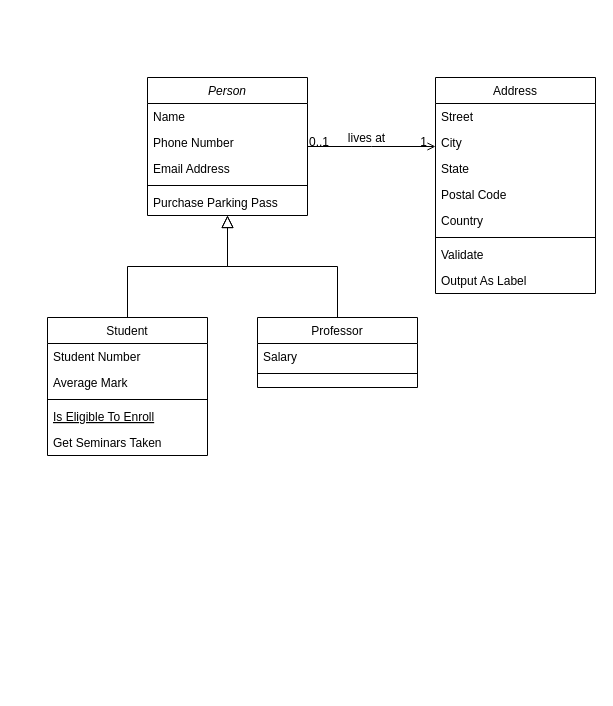
The draw.io diagram Untitled Diagram.drawio in Tran-Hugo/Exos-SQL, before the edit. Source tidied: cells renumbered, new cells numbered last; positions are measured from the earlier drawing's top-left corner, leaving out a move shared by most shapes. Both pictures are drawn from the tidied source at 100%, with x=0, y=0 at pixel (47, 77).
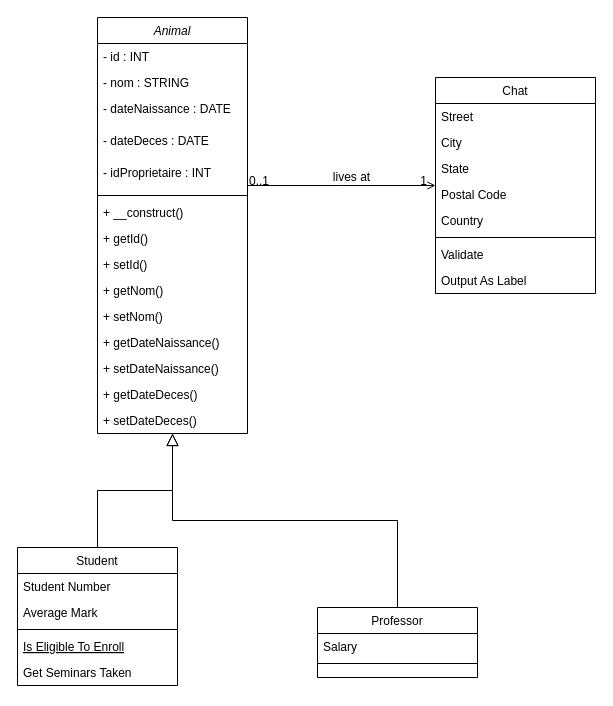
The same diagram, later.

The edit, as a diff of the source:
```diff
@@
-    <mxCell id="2" value="Person" style="swimlane;fontStyle=2;align=center;verticalAlign=top;horizontal=1;startSize=26;rounded=0;shadow=0;strokeWidth=1;" parent="1" vertex="1">
-      <mxGeometry x="100" width="160" height="138" as="geometry" />
+    <mxCell id="2" value="Animal" style="swimlane;fontStyle=2;align=center;verticalAlign=top;horizontal=1;startSize=26;rounded=0;shadow=0;strokeWidth=1;" parent="1" vertex="1">
+      <mxGeometry x="50" y="-60" width="150" height="416" as="geometry" />
     </mxCell>
-    <mxCell id="3" value="Name" style="text;align=left;verticalAlign=top;spacingLeft=4;spacingRight=4;overflow=hidden;" parent="2" vertex="1">
-      <mxGeometry y="26" width="160" height="26" as="geometry" />
+    <mxCell id="3" value="- id : INT" style="text;align=left;verticalAlign=top;spacingLeft=4;spacingRight=4;overflow=hidden;" parent="2" vertex="1">
+      <mxGeometry y="26" width="150" height="26" as="geometry" />
     </mxCell>
-    <mxCell id="4" value="Phone Number" style="text;align=left;verticalAlign=top;spacingLeft=4;spacingRight=4;overflow=hidden;rounded=0;shadow=0;html=0;" parent="2" vertex="1">
-      <mxGeometry y="52" width="160" height="26" as="geometry" />
+    <mxCell id="4" value="- nom : STRING" style="text;align=left;verticalAlign=top;spacingLeft=4;spacingRight=4;overflow=hidden;rounded=0;shadow=0;html=0;" parent="2" vertex="1">
+      <mxGeometry y="52" width="150" height="26" as="geometry" />
     </mxCell>
-    <mxCell id="5" value="Email Address" style="text;align=left;verticalAlign=top;spacingLeft=4;spacingRight=4;overflow=hidden;rounded=0;shadow=0;html=0;" parent="2" vertex="1">
-      <mxGeometry y="78" width="160" height="26" as="geometry" />
+    <mxCell id="5" value="- dateNaissance : DATE" style="text;align=left;verticalAlign=top;spacingLeft=4;spacingRight=4;overflow=hidden;rounded=0;shadow=0;html=0;" parent="2" vertex="1">
+      <mxGeometry y="78" width="150" height="32" as="geometry" />
     </mxCell>
+    <mxCell id="32" value="- dateDeces : DATE" style="text;align=left;verticalAlign=top;spacingLeft=4;spacingRight=4;overflow=hidden;rounded=0;shadow=0;html=0;" parent="2" vertex="1">
+      <mxGeometry y="110" width="150" height="32" as="geometry" />
+    </mxCell>
+    <mxCell id="33" value="- idProprietaire : INT" style="text;align=left;verticalAlign=top;spacingLeft=4;spacingRight=4;overflow=hidden;rounded=0;shadow=0;html=0;" parent="2" vertex="1">
+      <mxGeometry y="142" width="150" height="32" as="geometry" />
+    </mxCell>
     <mxCell id="6" style="line;html=1;strokeWidth=1;align=left;verticalAlign=middle;spacingTop=-1;spacingLeft=3;spacingRight=3;labelPosition=right;" parent="2" vertex="1">
-      <mxGeometry y="104" width="160" height="8" as="geometry" />
+      <mxGeometry y="174" width="150" height="8" as="geometry" />
     </mxCell>
+    <mxCell id="34" value="+ __construct()" style="text;align=left;verticalAlign=top;spacingLeft=4;spacingRight=4;overflow=hidden;" parent="2" vertex="1">
+      <mxGeometry y="182" width="150" height="26" as="geometry" />
+    </mxCell>
-    <mxCell id="7" value="Purchase Parking Pass" style="text;align=left;verticalAlign=top;spacingLeft=4;spacingRight=4;overflow=hidden;" parent="2" vertex="1">
-      <mxGeometry y="112" width="160" height="26" as="geometry" />
+    <mxCell id="7" value="+ getId()" style="text;align=left;verticalAlign=top;spacingLeft=4;spacingRight=4;overflow=hidden;" parent="2" vertex="1">
+      <mxGeometry y="208" width="150" height="26" as="geometry" />
     </mxCell>
+    <mxCell id="35" value="+ setId()" style="text;align=left;verticalAlign=top;spacingLeft=4;spacingRight=4;overflow=hidden;" parent="2" vertex="1">
+      <mxGeometry y="234" width="150" height="26" as="geometry" />
+    </mxCell>
+    <mxCell id="36" value="+ getNom()" style="text;align=left;verticalAlign=top;spacingLeft=4;spacingRight=4;overflow=hidden;" parent="2" vertex="1">
+      <mxGeometry y="260" width="150" height="26" as="geometry" />
+    </mxCell>
+    <mxCell id="37" value="+ setNom()" style="text;align=left;verticalAlign=top;spacingLeft=4;spacingRight=4;overflow=hidden;" parent="2" vertex="1">
+      <mxGeometry y="286" width="150" height="26" as="geometry" />
+    </mxCell>
+    <mxCell id="38" value="+ getDateNaissance()" style="text;align=left;verticalAlign=top;spacingLeft=4;spacingRight=4;overflow=hidden;" parent="2" vertex="1">
+      <mxGeometry y="312" width="150" height="26" as="geometry" />
+    </mxCell>
+    <mxCell id="39" value="+ setDateNaissance()" style="text;align=left;verticalAlign=top;spacingLeft=4;spacingRight=4;overflow=hidden;" parent="2" vertex="1">
+      <mxGeometry y="338" width="150" height="26" as="geometry" />
+    </mxCell>
+    <mxCell id="40" value="+ getDateDeces()" style="text;align=left;verticalAlign=top;spacingLeft=4;spacingRight=4;overflow=hidden;" parent="2" vertex="1">
+      <mxGeometry y="364" width="150" height="26" as="geometry" />
+    </mxCell>
+    <mxCell id="41" value="+ setDateDeces()" style="text;align=left;verticalAlign=top;spacingLeft=4;spacingRight=4;overflow=hidden;" parent="2" vertex="1">
+      <mxGeometry y="390" width="150" height="26" as="geometry" />
+    </mxCell>
     <mxCell id="8" value="Student" style="swimlane;fontStyle=0;align=center;verticalAlign=top;horizontal=1;startSize=26;rounded=0;shadow=0;strokeWidth=1;" parent="1" vertex="1">
-      <mxGeometry y="240" width="160" height="138" as="geometry" />
+      <mxGeometry x="-30" y="470" width="160" height="138" as="geometry" />
     </mxCell>
@@
     <mxCell id="15" value="Professor" style="swimlane;fontStyle=0;align=center;verticalAlign=top;horizontal=1;startSize=26;rounded=0;shadow=0;strokeWidth=1;" parent="1" vertex="1">
-      <mxGeometry x="210" y="240" width="160" height="70" as="geometry" />
+      <mxGeometry x="270" y="530" width="160" height="70" as="geometry" />
     </mxCell>
@@
-    <mxCell id="19" value="Address" style="swimlane;fontStyle=0;align=center;verticalAlign=top;horizontal=1;startSize=26;rounded=0;shadow=0;strokeWidth=1;" parent="1" vertex="1">
+    <mxCell id="19" value="Chat" style="swimlane;fontStyle=0;align=center;verticalAlign=top;horizontal=1;startSize=26;rounded=0;shadow=0;strokeWidth=1;" parent="1" vertex="1">
       <mxGeometry x="388" width="160" height="216" as="geometry" />
     </mxCell>
```
